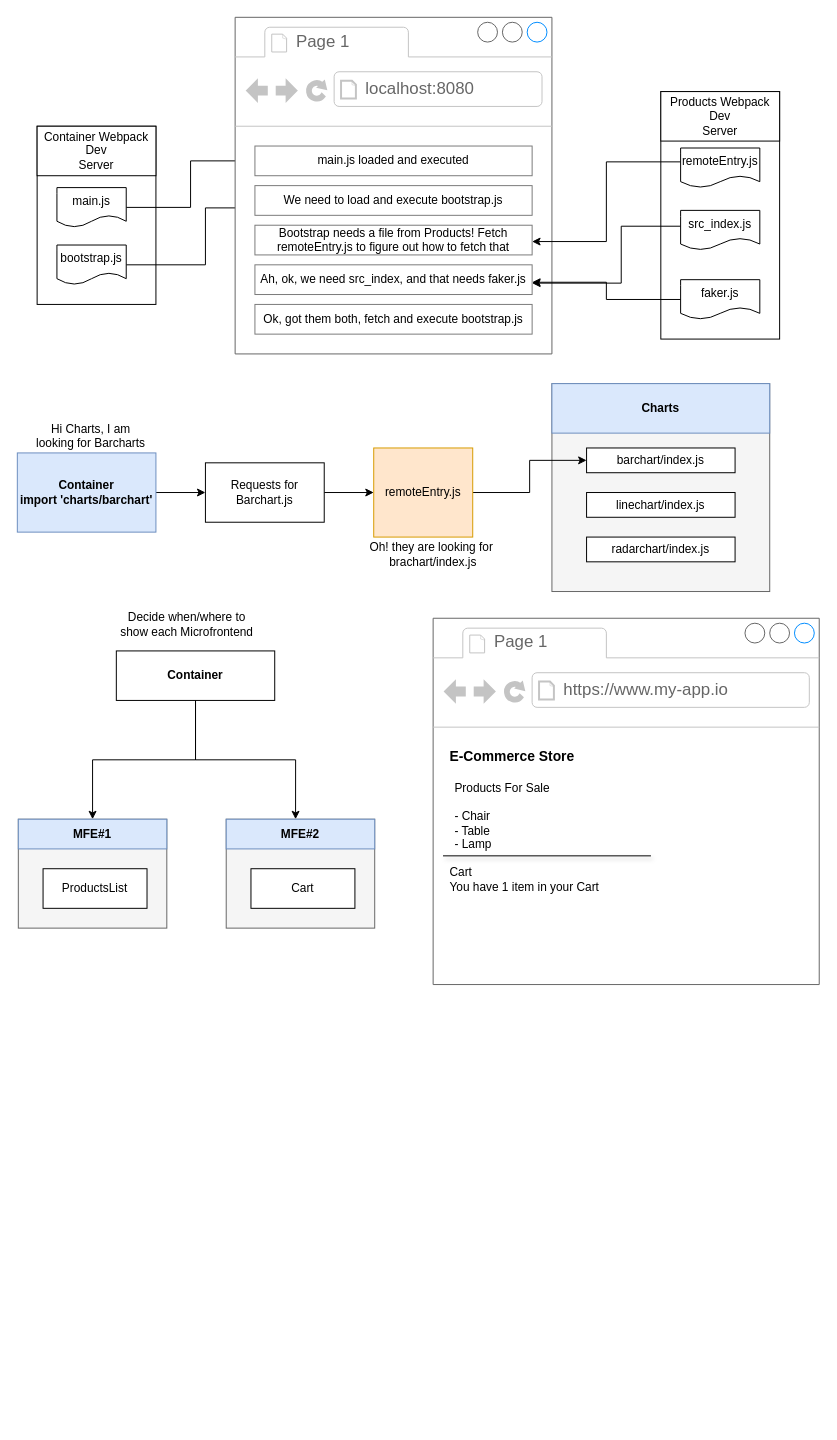
The draw.io diagram page "Integration" (3 of 4) of ui/micro/integration/Frontend-Integration.drawio in afflato/system, before the edit. Source tidied: cells renumbered, new cells numbered last; positions are measured from the earlier drawing's top-left corner, leaving out a move shared by most shapes. Both pictures are drawn from the tidied source at 99%, with x=0, y=0 at pixel (17, 17).
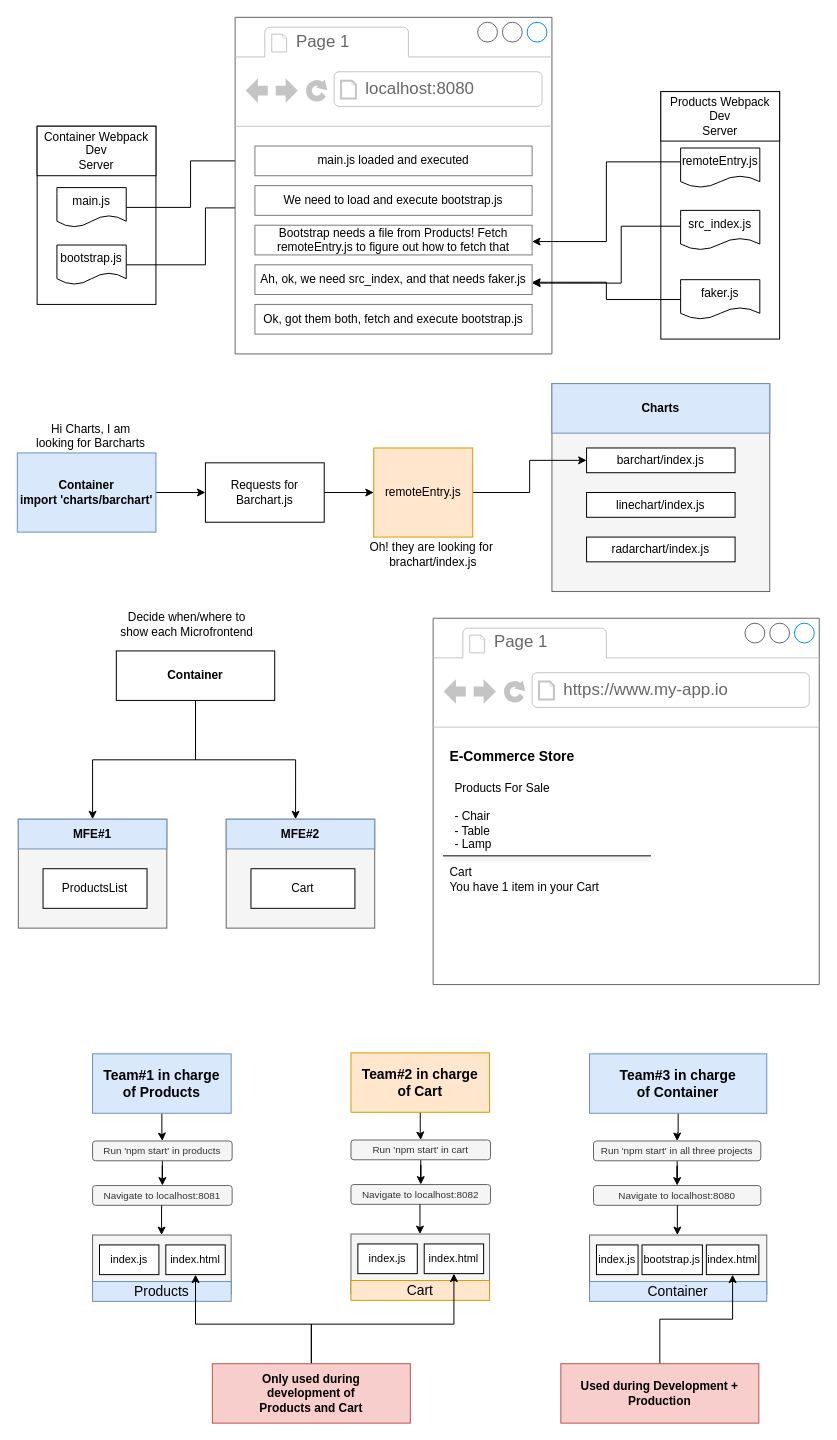
The same diagram, later.

What changed in the source:
```diff
@@
+    <mxCell id="54" style="edgeStyle=orthogonalEdgeStyle;rounded=0;jettySize=auto;html=1;" parent="1" edge="1" source="55" target="57">
+      <mxGeometry relative="1" as="geometry" />
+    </mxCell>
+    <mxCell id="55" value="&lt;font style=&quot;font-size: 14px;&quot;&gt;&lt;b&gt;Team#1 in charge&lt;br&gt;of Products&lt;/b&gt;&lt;/font&gt;" style="rounded=0;whiteSpace=wrap;html=1;fillColor=#dae8fc;strokeColor=#6c8ebf;" parent="1" vertex="1">
+      <mxGeometry x="76" y="1047" width="140" height="60" as="geometry" />
+    </mxCell>
+    <mxCell id="56" style="edgeStyle=orthogonalEdgeStyle;rounded=0;jettySize=auto;html=1;" parent="1" edge="1" source="57" target="58">
+      <mxGeometry relative="1" as="geometry" />
+    </mxCell>
+    <mxCell id="57" value="&lt;font style=&quot;font-size: 10px;&quot;&gt;Run 'npm start' in products&lt;/font&gt;" style="rounded=1;whiteSpace=wrap;html=1;fillColor=#f5f5f5;fontColor=#333333;strokeColor=#666666;" parent="1" vertex="1">
+      <mxGeometry x="76" y="1135" width="141" height="20" as="geometry" />
+    </mxCell>
+    <mxCell id="58" value="&lt;font style=&quot;font-size: 10px;&quot;&gt;Navigate to localhost:8081&lt;/font&gt;" style="rounded=1;whiteSpace=wrap;html=1;fillColor=#f5f5f5;fontColor=#333333;strokeColor=#666666;" parent="1" vertex="1">
+      <mxGeometry x="76" y="1180" width="141" height="20" as="geometry" />
+    </mxCell>
+    <mxCell id="59" style="rounded=0;whiteSpace=wrap;html=1;fillColor=#f5f5f5;fontColor=#333333;strokeColor=#666666;" parent="1" vertex="1">
+      <mxGeometry x="76" y="1230" width="140" height="60" as="geometry" />
+    </mxCell>
+    <mxCell id="60" value="&lt;font style=&quot;font-size: 11px;&quot;&gt;index.js&lt;/font&gt;" style="rounded=0;whiteSpace=wrap;html=1;" parent="1" vertex="1">
+      <mxGeometry x="83" y="1240" width="60" height="30" as="geometry" />
+    </mxCell>
+    <mxCell id="61" value="&lt;font style=&quot;font-size: 11px;&quot;&gt;index.html&lt;/font&gt;" style="rounded=0;whiteSpace=wrap;html=1;" parent="1" vertex="1">
+      <mxGeometry x="150" y="1240" width="60" height="30" as="geometry" />
+    </mxCell>
+    <mxCell id="62" value="&lt;font style=&quot;font-size: 14px;&quot;&gt;Products&lt;/font&gt;" style="rounded=0;whiteSpace=wrap;html=1;fillColor=#dae8fc;strokeColor=#6c8ebf;" parent="1" vertex="1">
+      <mxGeometry x="76" y="1277" width="140" height="20" as="geometry" />
+    </mxCell>
+    <mxCell id="63" style="endArrow=classic;html=1;rounded=0;" parent="1" edge="1">
+      <mxGeometry relative="1" as="geometry">
+        <mxPoint x="145.7" y="1200" as="sourcePoint" />
+        <mxPoint x="145.7" y="1230" as="targetPoint" />
+      </mxGeometry>
+    </mxCell>
+    <mxCell id="64" style="edgeStyle=orthogonalEdgeStyle;rounded=0;jettySize=auto;html=1;" parent="1" edge="1" source="65" target="67">
+      <mxGeometry relative="1" as="geometry" />
+    </mxCell>
+    <mxCell id="65" value="&lt;font style=&quot;font-size: 14px;&quot;&gt;&lt;b&gt;Team#2 in charge&lt;br&gt;of Cart&lt;/b&gt;&lt;/font&gt;" style="rounded=0;whiteSpace=wrap;html=1;fillColor=#ffe6cc;strokeColor=#d79b00;" parent="1" vertex="1">
+      <mxGeometry x="337" y="1046" width="140" height="60" as="geometry" />
+    </mxCell>
+    <mxCell id="66" style="edgeStyle=orthogonalEdgeStyle;rounded=0;jettySize=auto;html=1;" parent="1" edge="1" source="67" target="68">
+      <mxGeometry relative="1" as="geometry" />
+    </mxCell>
+    <mxCell id="67" value="&lt;font style=&quot;font-size: 10px;&quot;&gt;Run 'npm start' in cart&lt;/font&gt;" style="rounded=1;whiteSpace=wrap;html=1;fillColor=#f5f5f5;fontColor=#333333;strokeColor=#666666;" parent="1" vertex="1">
+      <mxGeometry x="337" y="1134" width="141" height="20" as="geometry" />
+    </mxCell>
+    <mxCell id="68" value="&lt;font style=&quot;font-size: 10px;&quot;&gt;Navigate to localhost:8082&lt;/font&gt;" style="rounded=1;whiteSpace=wrap;html=1;fillColor=#f5f5f5;fontColor=#333333;strokeColor=#666666;" parent="1" vertex="1">
+      <mxGeometry x="337" y="1179" width="141" height="20" as="geometry" />
+    </mxCell>
+    <mxCell id="69" style="rounded=0;whiteSpace=wrap;html=1;fillColor=#f5f5f5;fontColor=#333333;strokeColor=#666666;" parent="1" vertex="1">
+      <mxGeometry x="337" y="1229" width="140" height="60" as="geometry" />
+    </mxCell>
+    <mxCell id="70" value="&lt;font style=&quot;font-size: 11px;&quot;&gt;index.js&lt;/font&gt;" style="rounded=0;whiteSpace=wrap;html=1;" parent="1" vertex="1">
+      <mxGeometry x="344" y="1239" width="60" height="30" as="geometry" />
+    </mxCell>
+    <mxCell id="71" value="&lt;font style=&quot;font-size: 11px;&quot;&gt;index.html&lt;/font&gt;" style="rounded=0;whiteSpace=wrap;html=1;" parent="1" vertex="1">
+      <mxGeometry x="411" y="1239" width="60" height="30" as="geometry" />
+    </mxCell>
+    <mxCell id="72" value="&lt;font style=&quot;font-size: 14px;&quot;&gt;Cart&lt;/font&gt;" style="rounded=0;whiteSpace=wrap;html=1;fillColor=#ffe6cc;strokeColor=#d79b00;" parent="1" vertex="1">
+      <mxGeometry x="337" y="1276" width="140" height="20" as="geometry" />
+    </mxCell>
+    <mxCell id="73" style="endArrow=classic;html=1;rounded=0;" parent="1" edge="1">
+      <mxGeometry relative="1" as="geometry">
+        <mxPoint x="406.7" y="1199" as="sourcePoint" />
+        <mxPoint x="406.7" y="1229" as="targetPoint" />
+      </mxGeometry>
+    </mxCell>
+    <mxCell id="74" style="edgeStyle=orthogonalEdgeStyle;rounded=0;jettySize=auto;html=1;" parent="1" edge="1" source="75" target="77">
+      <mxGeometry relative="1" as="geometry" />
+    </mxCell>
+    <mxCell id="75" value="&lt;font style=&quot;font-size: 14px;&quot;&gt;&lt;b&gt;Team#3 in charge&lt;br&gt;of Container&lt;/b&gt;&lt;/font&gt;" style="rounded=0;whiteSpace=wrap;html=1;fillColor=#dae8fc;strokeColor=#6c8ebf;" parent="1" vertex="1">
+      <mxGeometry x="578" y="1047" width="179" height="60" as="geometry" />
+    </mxCell>
+    <mxCell id="76" style="edgeStyle=orthogonalEdgeStyle;rounded=0;jettySize=auto;html=1;" parent="1" edge="1" source="77" target="78">
+      <mxGeometry relative="1" as="geometry" />
+    </mxCell>
+    <mxCell id="77" value="&lt;font style=&quot;font-size: 10px;&quot;&gt;Run 'npm start' in all three projects&lt;/font&gt;" style="rounded=1;whiteSpace=wrap;html=1;fillColor=#f5f5f5;fontColor=#333333;strokeColor=#666666;" parent="1" vertex="1">
+      <mxGeometry x="582" y="1135" width="169" height="20" as="geometry" />
+    </mxCell>
+    <mxCell id="78" value="&lt;font style=&quot;font-size: 10px;&quot;&gt;Navigate to localhost:8080&lt;/font&gt;" style="rounded=1;whiteSpace=wrap;html=1;fillColor=#f5f5f5;fontColor=#333333;strokeColor=#666666;" parent="1" vertex="1">
+      <mxGeometry x="582" y="1180" width="169" height="20" as="geometry" />
+    </mxCell>
+    <mxCell id="79" style="rounded=0;whiteSpace=wrap;html=1;fillColor=#f5f5f5;fontColor=#333333;strokeColor=#666666;" parent="1" vertex="1">
+      <mxGeometry x="578" y="1230" width="179" height="60" as="geometry" />
+    </mxCell>
+    <mxCell id="80" value="&lt;font style=&quot;font-size: 11px;&quot;&gt;index.js&lt;/font&gt;" style="rounded=0;whiteSpace=wrap;html=1;" parent="1" vertex="1">
+      <mxGeometry x="585" y="1240" width="42" height="30" as="geometry" />
+    </mxCell>
+    <mxCell id="81" value="&lt;font style=&quot;font-size: 11px;&quot;&gt;index.html&lt;/font&gt;" style="rounded=0;whiteSpace=wrap;html=1;" parent="1" vertex="1">
+      <mxGeometry x="696" y="1240" width="53" height="30" as="geometry" />
+    </mxCell>
+    <mxCell id="82" value="&lt;font style=&quot;font-size: 14px;&quot;&gt;Container&lt;/font&gt;" style="rounded=0;whiteSpace=wrap;html=1;fillColor=#dae8fc;strokeColor=#6c8ebf;" parent="1" vertex="1">
+      <mxGeometry x="578" y="1277" width="179" height="20" as="geometry" />
+    </mxCell>
+    <mxCell id="83" style="endArrow=classic;html=1;rounded=0;" parent="1" edge="1">
+      <mxGeometry relative="1" as="geometry">
+        <mxPoint x="666.7" y="1200" as="sourcePoint" />
+        <mxPoint x="666.7" y="1230" as="targetPoint" />
+      </mxGeometry>
+    </mxCell>
+    <mxCell id="84" value="&lt;font style=&quot;font-size: 11px;&quot;&gt;bootstrap.js&lt;/font&gt;" style="rounded=0;whiteSpace=wrap;html=1;" parent="1" vertex="1">
+      <mxGeometry x="631" y="1240" width="61" height="30" as="geometry" />
+    </mxCell>
+    <mxCell id="85" style="edgeStyle=orthogonalEdgeStyle;rounded=0;jettySize=auto;html=1;entryX=0.5;entryY=1;entryDx=0;entryDy=0;" parent="1" edge="1" source="87" target="61">
+      <mxGeometry relative="1" as="geometry">
+        <Array as="points">
+          <mxPoint x="297" y="1320" />
+          <mxPoint x="180" y="1320" />
+        </Array>
+      </mxGeometry>
+    </mxCell>
+    <mxCell id="86" style="edgeStyle=orthogonalEdgeStyle;rounded=0;jettySize=auto;html=1;entryX=0.5;entryY=1;entryDx=0;entryDy=0;" parent="1" edge="1" source="87" target="71">
+      <mxGeometry relative="1" as="geometry">
+        <Array as="points">
+          <mxPoint x="297" y="1320" />
+          <mxPoint x="441" y="1320" />
+        </Array>
+      </mxGeometry>
+    </mxCell>
+    <mxCell id="87" value="&lt;b&gt;Only used during &lt;br&gt;development of&lt;br&gt;Products and Cart&lt;/b&gt;" style="rounded=0;whiteSpace=wrap;html=1;fillColor=#f8cecc;strokeColor=#b85450;" parent="1" vertex="1">
+      <mxGeometry x="197" y="1360" width="200" height="60" as="geometry" />
+    </mxCell>
+    <mxCell id="88" style="edgeStyle=orthogonalEdgeStyle;rounded=0;jettySize=auto;html=1;entryX=0.5;entryY=1;entryDx=0;entryDy=0;" parent="1" edge="1" source="89" target="81">
+      <mxGeometry relative="1" as="geometry" />
+    </mxCell>
+    <mxCell id="89" value="&lt;b&gt;Used during Development +&lt;br&gt;Production&lt;br&gt;&lt;/b&gt;" style="rounded=0;whiteSpace=wrap;html=1;fillColor=#f8cecc;strokeColor=#b85450;" parent="1" vertex="1">
+      <mxGeometry x="549" y="1360" width="200" height="60" as="geometry" />
+    </mxCell>
```
